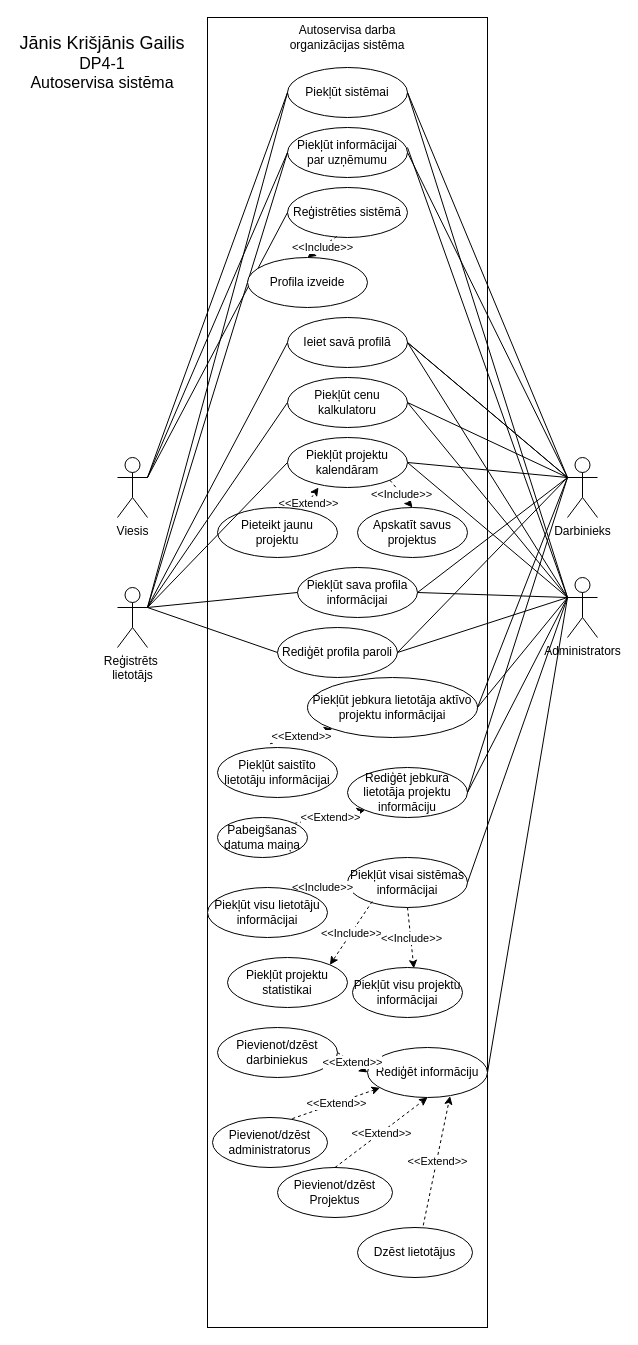
This is UseCaseFinal.drawio from mimumi2005/U-M-Auto, a draw.io file, before an edit. Source tidied: cells renumbered, new cells numbered last; positions are measured from the earlier drawing's top-left corner, leaving out a move shared by most shapes. Both pictures are drawn from the tidied source at 100%, with x=0, y=0 at pixel (17, 17).
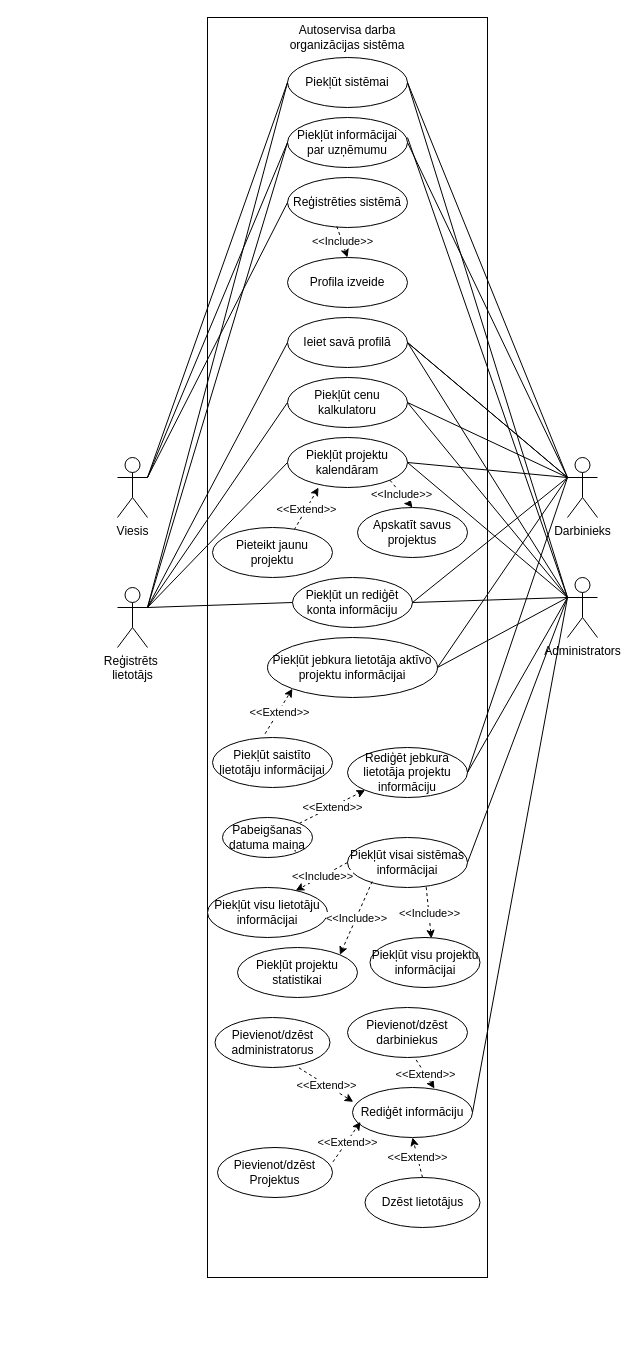
Above is the later version.

The change refers to these unchanged cells:
```xml
<mxCell id="5" value="Darbinieks" style="shape=umlActor;verticalLabelPosition=bottom;verticalAlign=top;html=1;outlineConnect=0;" parent="1" vertex="1">
  <mxGeometry x="550" y="440" width="30" height="60" as="geometry" />
</mxCell>
```

Change to the diagram source:
```diff
@@
     <mxCell id="6" style="rounded=0;whiteSpace=wrap;html=1;fillColor=none;" parent="1" vertex="1">
-      <mxGeometry x="190" width="280" height="1310" as="geometry" />
+      <mxGeometry x="190" width="280" height="1260" as="geometry" />
     </mxCell>
@@
     <mxCell id="8" value="Piekļūt sistēmai" style="ellipse;whiteSpace=wrap;html=1;" parent="1" vertex="1">
-      <mxGeometry x="270" y="50" width="120" height="50" as="geometry" />
+      <mxGeometry x="270" y="40" width="120" height="50" as="geometry" />
     </mxCell>
@@
     <mxCell id="11" value="Piekļūt informācijai par uzņēmumu" style="ellipse;whiteSpace=wrap;html=1;" parent="1" vertex="1">
-      <mxGeometry x="270" y="110" width="120" height="50" as="geometry" />
+      <mxGeometry x="270" y="100" width="120" height="50" as="geometry" />
     </mxCell>
@@
     <mxCell id="18" value="Reģistrēties sistēmā" style="ellipse;whiteSpace=wrap;html=1;" parent="1" vertex="1">
-      <mxGeometry x="270" y="170" width="120" height="50" as="geometry" />
+      <mxGeometry x="270" y="160" width="120" height="50" as="geometry" />
     </mxCell>
@@
     <mxCell id="20" value="Profila izveide" style="ellipse;whiteSpace=wrap;html=1;" parent="1" vertex="1">
-      <mxGeometry x="230" y="240" width="120" height="50" as="geometry" />
+      <mxGeometry x="270" y="240" width="120" height="50" as="geometry" />
     </mxCell>
@@
-    <mxCell id="32" style="endArrow=classic;html=1;rounded=0;dashed=1;entryX=0.433;entryY=0.96;entryDx=0;entryDy=0;entryPerimeter=0;" parent="1" edge="1">
+    <mxCell id="32" style="endArrow=classic;html=1;rounded=0;dashed=1;entryX=0.433;entryY=0.96;entryDx=0;entryDy=0;entryPerimeter=0;exitX=0.681;exitY=0.047;exitDx=0;exitDy=0;exitPerimeter=0;" parent="1" edge="1" source="34">
       <mxGeometry relative="1" as="geometry">
-        <mxPoint x="280" y="500" as="sourcePoint" />
         <mxPoint x="301" y="470" as="targetPoint" />
       </mxGeometry>
     </mxCell>
@@
     <mxCell id="34" value="Pieteikt jaunu projektu" style="ellipse;whiteSpace=wrap;html=1;" parent="1" vertex="1">
-      <mxGeometry x="200" y="490" width="120" height="50" as="geometry" />
+      <mxGeometry x="195" y="510" width="120" height="50" as="geometry" />
     </mxCell>
@@
-    <mxCell id="42" value="Piekļūt sava profila informācijai" style="ellipse;whiteSpace=wrap;html=1;" parent="1" vertex="1">
-      <mxGeometry x="280" y="550" width="120" height="50" as="geometry" />
+    <mxCell id="42" value="Piekļūt un rediģēt konta informāciju" style="ellipse;whiteSpace=wrap;html=1;" parent="1" vertex="1">
+      <mxGeometry x="275" y="560" width="120" height="50" as="geometry" />
     </mxCell>
@@
-    <mxCell id="46" value="Rediģēt profila paroli" style="ellipse;whiteSpace=wrap;html=1;" parent="1" vertex="1">
-      <mxGeometry x="260" y="610" width="120" height="50" as="geometry" />
-    </mxCell>
     <mxCell id="47" value="Piekļūt jebkura lietotāja aktīvo projektu informācijai" style="ellipse;whiteSpace=wrap;html=1;" parent="1" vertex="1">
-      <mxGeometry x="290" y="660" width="170" height="60" as="geometry" />
+      <mxGeometry x="250" y="620" width="170" height="60" as="geometry" />
     </mxCell>
-    <mxCell id="48" style="endArrow=none;html=1;rounded=0;entryX=0;entryY=0.5;entryDx=0;entryDy=0;" parent="1" edge="1" target="46">
-      <mxGeometry relative="1" as="geometry">
-        <mxPoint x="130" y="590" as="sourcePoint" />
-      </mxGeometry>
-    </mxCell>
-    <mxCell id="49" style="endArrow=none;html=1;rounded=0;exitX=1;exitY=0.5;exitDx=0;exitDy=0;entryX=0;entryY=0.3333333333333333;entryDx=0;entryDy=0;entryPerimeter=0;" parent="1" edge="1" source="46" target="5">
-      <mxGeometry relative="1" as="geometry" />
-    </mxCell>
-    <mxCell id="50" style="endArrow=none;html=1;rounded=0;exitX=1;exitY=0.5;exitDx=0;exitDy=0;" parent="1" edge="1" source="46">
-      <mxGeometry relative="1" as="geometry">
-        <mxPoint x="550" y="580" as="targetPoint" />
-      </mxGeometry>
-    </mxCell>
@@
     <mxCell id="53" value="Rediģēt jebkura lietotāja projektu informāciju" style="ellipse;whiteSpace=wrap;html=1;" parent="1" vertex="1">
-      <mxGeometry x="330" y="750" width="120" height="50" as="geometry" />
+      <mxGeometry x="330" y="730" width="120" height="50" as="geometry" />
     </mxCell>
@@
     <mxCell id="58" value="Pabeigšanas datuma maiņa" style="ellipse;whiteSpace=wrap;html=1;" parent="1" vertex="1">
-      <mxGeometry x="200" y="800" width="90" height="40" as="geometry" />
+      <mxGeometry x="205" y="800" width="90" height="40" as="geometry" />
     </mxCell>
     <mxCell id="59" value="Piekļūt saistīto lietotāju informācijai" style="ellipse;whiteSpace=wrap;html=1;" parent="1" vertex="1">
-      <mxGeometry x="200" y="730" width="120" height="50" as="geometry" />
+      <mxGeometry x="195" y="720" width="120" height="50" as="geometry" />
     </mxCell>
@@
     <mxCell id="62" value="Piekļūt visai sistēmas informācijai" style="ellipse;whiteSpace=wrap;html=1;" parent="1" vertex="1">
-      <mxGeometry x="330" y="840" width="120" height="50" as="geometry" />
+      <mxGeometry x="330" y="820" width="120" height="50" as="geometry" />
     </mxCell>
@@
     <mxCell id="69" value="Piekļūt projektu statistikai" style="ellipse;whiteSpace=wrap;html=1;" parent="1" vertex="1">
-      <mxGeometry x="210" y="940" width="120" height="50" as="geometry" />
+      <mxGeometry x="220" y="930" width="120" height="50" as="geometry" />
     </mxCell>
-    <mxCell id="70" style="endArrow=classic;html=1;rounded=0;dashed=1;entryX=0.558;entryY=0.017;entryDx=0;entryDy=0;exitX=0.5;exitY=1;exitDx=0;exitDy=0;entryPerimeter=0;" parent="1" edge="1" source="62" target="72">
+    <mxCell id="70" style="endArrow=classic;html=1;rounded=0;dashed=1;entryX=0.558;entryY=0.017;entryDx=0;entryDy=0;exitX=0.656;exitY=0.993;exitDx=0;exitDy=0;entryPerimeter=0;exitPerimeter=0;" parent="1" edge="1" source="62" target="72">
       <mxGeometry relative="1" as="geometry" />
     </mxCell>
@@
     <mxCell id="72" value="Piekļūt visu projektu informācijai" style="ellipse;whiteSpace=wrap;html=1;" parent="1" vertex="1">
-      <mxGeometry x="335" y="950" width="110" height="50" as="geometry" />
+      <mxGeometry x="352.5" y="920" width="110" height="50" as="geometry" />
     </mxCell>
     <mxCell id="73" value="Rediģēt informāciju" style="ellipse;whiteSpace=wrap;html=1;" parent="1" vertex="1">
-      <mxGeometry x="350" y="1030" width="120" height="50" as="geometry" />
+      <mxGeometry x="335" y="1070" width="120" height="50" as="geometry" />
     </mxCell>
@@
-    <mxCell id="75" style="endArrow=classic;html=1;rounded=0;dashed=1;entryX=0.104;entryY=0.807;entryDx=0;entryDy=0;exitX=0.694;exitY=0.023;exitDx=0;exitDy=0;exitPerimeter=0;entryPerimeter=0;" parent="1" edge="1" source="77" target="73">
+    <mxCell id="75" style="endArrow=classic;html=1;rounded=0;dashed=1;entryX=0.006;entryY=0.287;entryDx=0;entryDy=0;exitX=0.73;exitY=1.007;exitDx=0;exitDy=0;entryPerimeter=0;exitPerimeter=0;" parent="1" edge="1" source="77" target="73">
       <mxGeometry relative="1" as="geometry" />
     </mxCell>
@@
     <mxCell id="77" value="Pievienot/dzēst administratorus" style="ellipse;whiteSpace=wrap;html=1;" parent="1" vertex="1">
-      <mxGeometry x="195" y="1100" width="115" height="50" as="geometry" />
+      <mxGeometry x="197.5" y="1000" width="115" height="50" as="geometry" />
     </mxCell>
     <mxCell id="78" value="Pievienot/dzēst darbiniekus" style="ellipse;whiteSpace=wrap;html=1;" parent="1" vertex="1">
-      <mxGeometry x="200" y="1010" width="120" height="50" as="geometry" />
+      <mxGeometry x="330" y="990" width="120" height="50" as="geometry" />
     </mxCell>
-    <mxCell id="79" style="endArrow=classic;html=1;rounded=0;dashed=1;entryX=0;entryY=0.5;entryDx=0;entryDy=0;exitX=1;exitY=0.5;exitDx=0;exitDy=0;" parent="1" edge="1" source="78" target="73">
+    <mxCell id="79" style="endArrow=classic;html=1;rounded=0;dashed=1;entryX=0.683;entryY=0.02;entryDx=0;entryDy=0;exitX=0.572;exitY=1.047;exitDx=0;exitDy=0;entryPerimeter=0;exitPerimeter=0;" parent="1" edge="1" source="78" target="73">
       <mxGeometry relative="1" as="geometry" />
     </mxCell>
@@
     <mxCell id="81" value="Pievienot/dzēst Projektus" style="ellipse;whiteSpace=wrap;html=1;" parent="1" vertex="1">
-      <mxGeometry x="260" y="1150" width="115" height="50" as="geometry" />
+      <mxGeometry x="200" y="1130" width="115" height="50" as="geometry" />
     </mxCell>
-    <mxCell id="82" style="endArrow=classic;html=1;rounded=0;dashed=1;entryX=0.5;entryY=1;entryDx=0;entryDy=0;exitX=0.5;exitY=0;exitDx=0;exitDy=0;" parent="1" edge="1" source="81" target="73">
+    <mxCell id="82" style="endArrow=classic;html=1;rounded=0;dashed=1;entryX=0.067;entryY=0.687;entryDx=0;entryDy=0;exitX=1.004;exitY=0.287;exitDx=0;exitDy=0;exitPerimeter=0;entryPerimeter=0;" parent="1" edge="1" source="81" target="73">
       <mxGeometry relative="1" as="geometry" />
     </mxCell>
@@
     <mxCell id="84" value="Dzēst lietotājus" style="ellipse;whiteSpace=wrap;html=1;" parent="1" vertex="1">
-      <mxGeometry x="340" y="1210" width="115" height="50" as="geometry" />
+      <mxGeometry x="347.5" y="1160" width="115" height="50" as="geometry" />
     </mxCell>
-    <mxCell id="85" style="endArrow=classic;html=1;rounded=0;dashed=1;entryX=0.688;entryY=0.973;entryDx=0;entryDy=0;exitX=0.572;exitY=-0.043;exitDx=0;exitDy=0;entryPerimeter=0;exitPerimeter=0;" parent="1" edge="1" source="84" target="73">
+    <mxCell id="85" style="endArrow=classic;html=1;rounded=0;dashed=1;entryX=0.5;entryY=1;entryDx=0;entryDy=0;exitX=0.5;exitY=0;exitDx=0;exitDy=0;" parent="1" edge="1" source="84" target="73">
       <mxGeometry relative="1" as="geometry" />
     </mxCell>
@@
-    <mxCell id="87" value="&lt;font style=&quot;font-size: 18px;&quot;&gt;Jānis Krišjānis Gailis&lt;/font&gt;&lt;div&gt;&lt;font size=&quot;3&quot;&gt;DP4-1&lt;/font&gt;&lt;/div&gt;&lt;div&gt;&lt;font size=&quot;3&quot;&gt;Autoservisa sistēma&lt;/font&gt;&lt;/div&gt;" style="text;html=1;align=center;verticalAlign=middle;whiteSpace=wrap;rounded=0;" parent="1" vertex="1">
-      <mxGeometry y="10" width="170" height="70" as="geometry" />
-    </mxCell>
```
